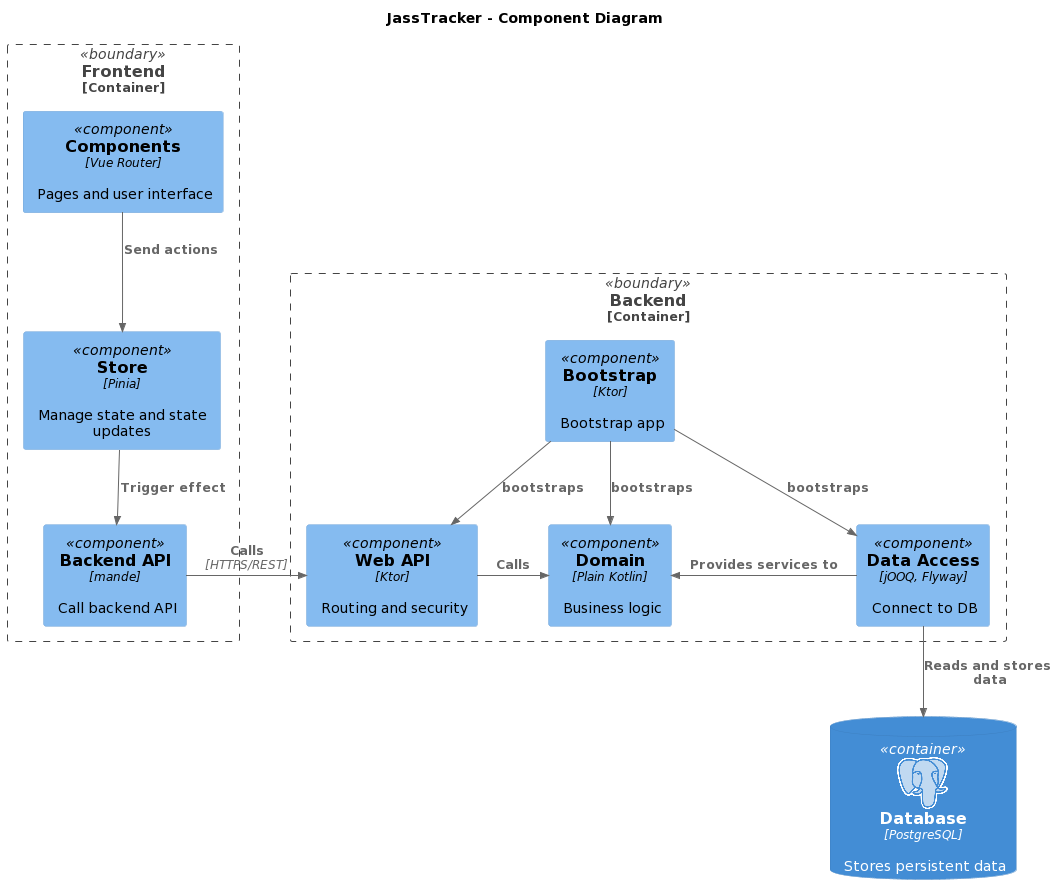
Above: Documentation/src/resources/diagrams/c4-3-component.png in PascalHonegger/JassTracker (PlantUML), before the change.
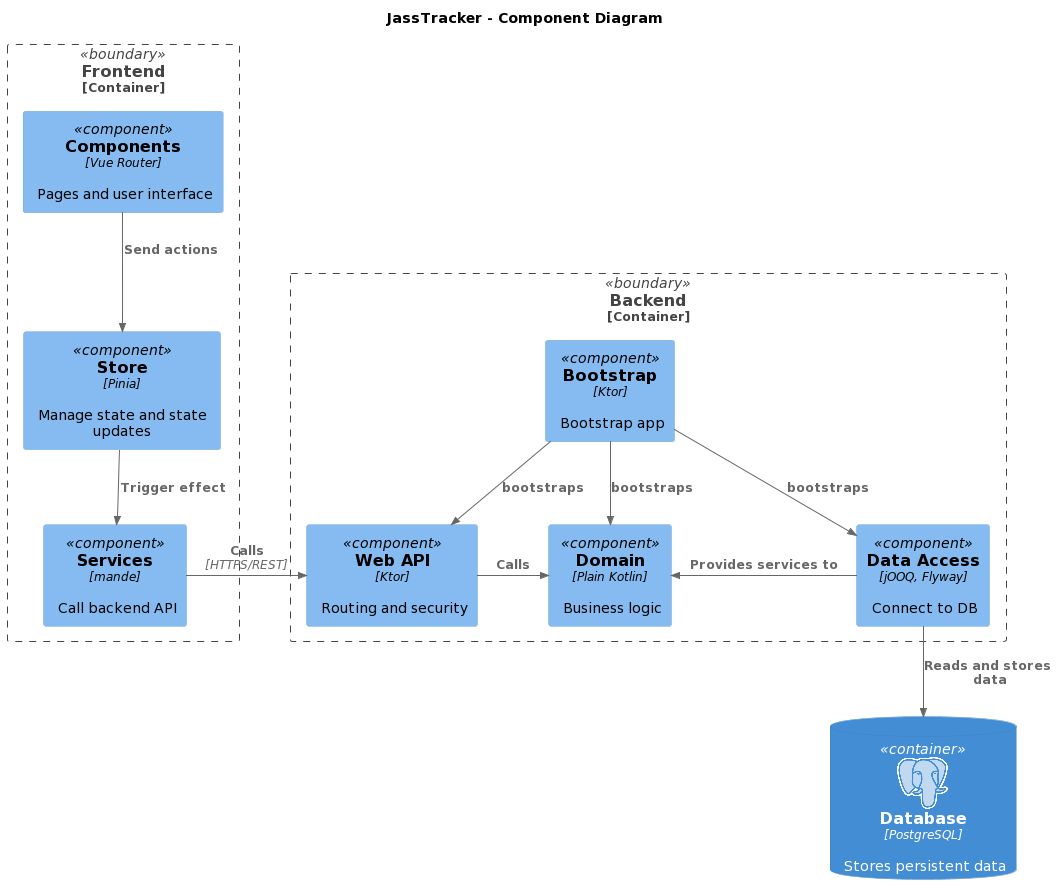
After the change.

Commit message:
feat(doc): rename "Backend API" to "Services"

Diff of the diagram source:
```diff
@@ -8,7 +8,7 @@
 Container_Boundary(frontend, "Frontend") {
     Component(components, "Components", "Vue Router", "Pages and user interface")
     Component(store, "Store", "Pinia", "Manage state and state updates")
-    Component(backendApi, "Backend API", "mande", "Call backend API")
+    Component(backendApi, "Services", "mande", "Call backend API")
 }
 
 Container_Boundary(backend, "Backend") {
```
